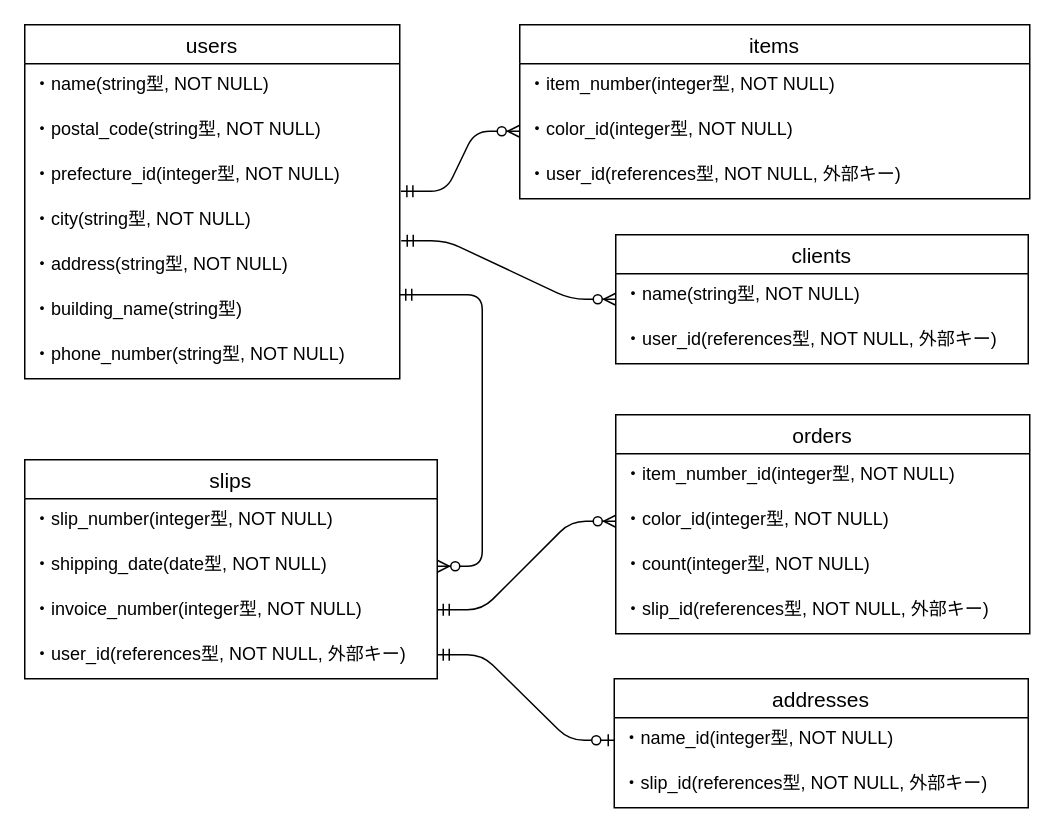
hiddy0329/easy_slips keeps this draw.io diagram as easy_slips.dio. Above is the earlier version. Source tidied: cells renumbered, new cells numbered last; positions are measured from the earlier drawing's top-left corner, leaving out a move shared by most shapes. Both pictures are drawn from the tidied source at 150%, with x=0, y=0 at pixel (24, 24).
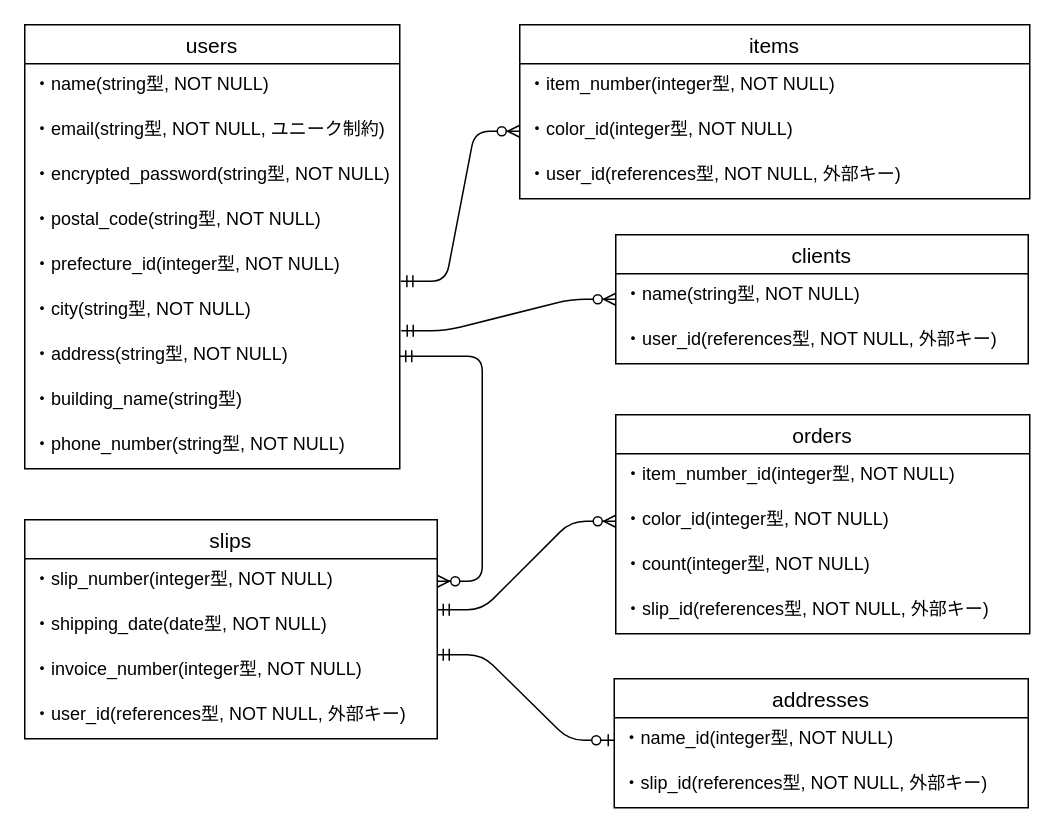
Above is the later version.

Commit message:
ER図の修正(usersテーブル)

Unchanged cells that the change refers to:
```xml
<mxCell id="19" value="・slip_number(integer型, NOT NULL)" style="text;strokeColor=none;fillColor=none;spacingLeft=4;spacingRight=4;overflow=hidden;points=[[0,0.5],[1,0.5]];portConstraint=eastwest;fontSize=12;" parent="18" vertex="1">
  <mxGeometry y="26" width="275" height="30" as="geometry" />
</mxCell>
<mxCell id="20" value="・shipping_date(date型, NOT NULL)" style="text;strokeColor=none;fillColor=none;spacingLeft=4;spacingRight=4;overflow=hidden;points=[[0,0.5],[1,0.5]];portConstraint=eastwest;fontSize=12;" parent="18" vertex="1">
  <mxGeometry y="56" width="275" height="30" as="geometry" />
</mxCell>
```

Diff of the diagram source:
```diff
@@
     <mxCell id="2" value="users" style="swimlane;fontStyle=0;horizontal=1;startSize=26;align=center;fontSize=14;" parent="1" vertex="1">
-      <mxGeometry width="250" height="236" as="geometry" />
+      <mxGeometry width="250" height="296" as="geometry" />
     </mxCell>
@@
+    <mxCell id="35" value="・email(string型, NOT NULL, ユニーク制約)" style="text;strokeColor=none;fillColor=none;spacingLeft=4;spacingRight=4;overflow=hidden;fontSize=12;" parent="2" vertex="1">
+      <mxGeometry y="56" width="250" height="30" as="geometry" />
+    </mxCell>
+    <mxCell id="36" value="・encrypted_password(string型, NOT NULL)" style="text;strokeColor=none;fillColor=none;spacingLeft=4;spacingRight=4;overflow=hidden;fontSize=12;" parent="2" vertex="1">
+      <mxGeometry y="86" width="250" height="30" as="geometry" />
+    </mxCell>
     <mxCell id="4" value="・postal_code(string型, NOT NULL)" style="text;strokeColor=none;fillColor=none;spacingLeft=4;spacingRight=4;overflow=hidden;fontSize=12;" parent="2" vertex="1">
-      <mxGeometry y="56" width="250" height="30" as="geometry" />
+      <mxGeometry y="116" width="250" height="30" as="geometry" />
     </mxCell>
     <mxCell id="5" value="・prefecture_id(integer型, NOT NULL)" style="text;strokeColor=none;fillColor=none;spacingLeft=4;spacingRight=4;overflow=hidden;points=[[0,0.5],[1,0.5]];portConstraint=eastwest;fontSize=12;" parent="2" vertex="1">
-      <mxGeometry y="86" width="250" height="30" as="geometry" />
+      <mxGeometry y="146" width="250" height="30" as="geometry" />
     </mxCell>
     <mxCell id="6" value="・city(string型, NOT NULL)" style="text;strokeColor=none;fillColor=none;spacingLeft=4;spacingRight=4;overflow=hidden;fontSize=12;" parent="2" vertex="1">
-      <mxGeometry y="116" width="250" height="30" as="geometry" />
+      <mxGeometry y="176" width="250" height="30" as="geometry" />
     </mxCell>
     <mxCell id="7" value="・address(string型, NOT NULL)" style="text;strokeColor=none;fillColor=none;spacingLeft=4;spacingRight=4;overflow=hidden;points=[[0,0.5],[1,0.5]];portConstraint=eastwest;fontSize=12;" parent="2" vertex="1">
-      <mxGeometry y="146" width="250" height="30" as="geometry" />
+      <mxGeometry y="206" width="250" height="30" as="geometry" />
     </mxCell>
     <mxCell id="8" value="・building_name(string型)" style="text;strokeColor=none;fillColor=none;spacingLeft=4;spacingRight=4;overflow=hidden;fontSize=12;" parent="2" vertex="1">
-      <mxGeometry y="176" width="250" height="30" as="geometry" />
+      <mxGeometry y="236" width="250" height="30" as="geometry" />
     </mxCell>
     <mxCell id="9" value="・phone_number(string型, NOT NULL)" style="text;strokeColor=none;fillColor=none;spacingLeft=4;spacingRight=4;overflow=hidden;fontSize=12;" parent="2" vertex="1">
-      <mxGeometry y="206" width="250" height="30" as="geometry" />
+      <mxGeometry y="266" width="250" height="30" as="geometry" />
     </mxCell>
@@
     <mxCell id="18" value="slips" style="swimlane;fontStyle=0;horizontal=1;startSize=26;align=center;fontSize=14;" parent="1" vertex="1">
-      <mxGeometry y="290" width="275" height="146" as="geometry" />
+      <mxGeometry y="330" width="275" height="146" as="geometry" />
     </mxCell>
@@
-    <mxCell id="23" style="edgeStyle=entityRelationEdgeStyle;fontSize=12;html=1;endArrow=ERzeroToMany;startArrow=ERmandOne;" parent="1" edge="1" target="20">
-      <mxGeometry relative="1" as="geometry">
-        <mxPoint x="250" y="180" as="sourcePoint" />
-      </mxGeometry>
+    <mxCell id="23" style="edgeStyle=entityRelationEdgeStyle;fontSize=12;html=1;endArrow=ERzeroToMany;startArrow=ERmandOne;exitX=1;exitY=0.5;exitDx=0;exitDy=0;" parent="1" edge="1" source="7" target="19">
+      <mxGeometry relative="1" as="geometry" />
     </mxCell>
```
